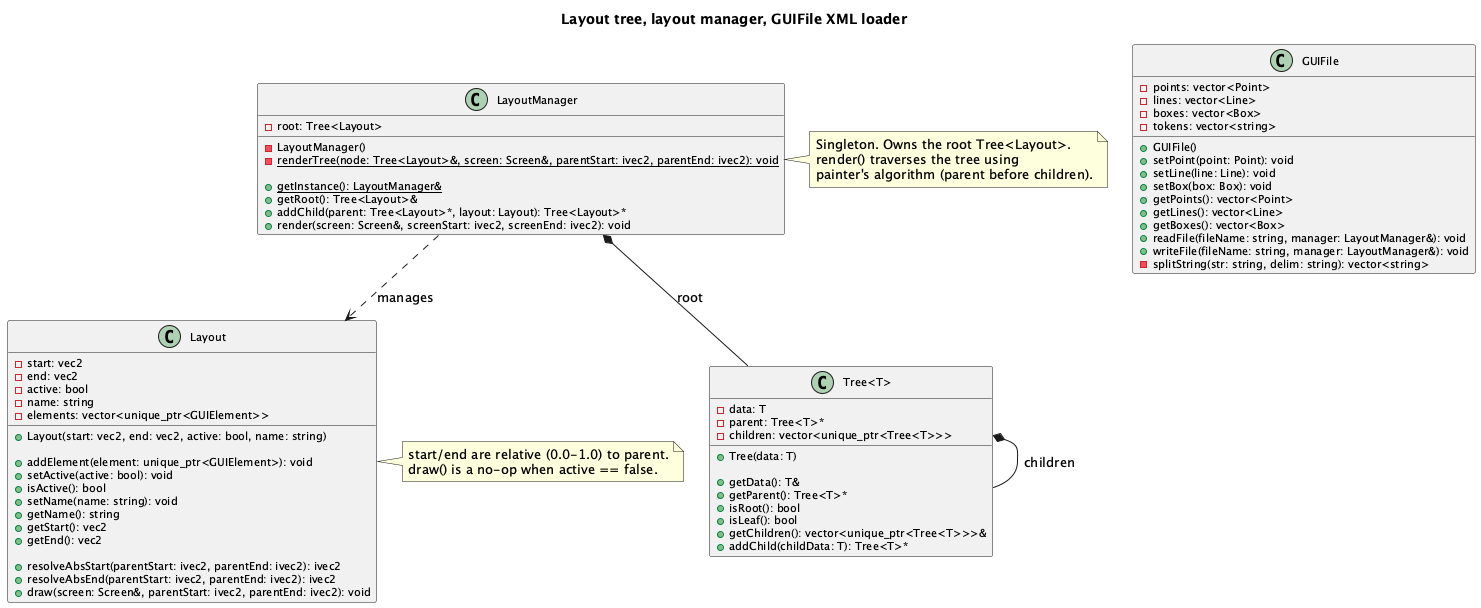
Above: assets/layout.png in sviatil0/coremetrics (PlantUML), before the change.
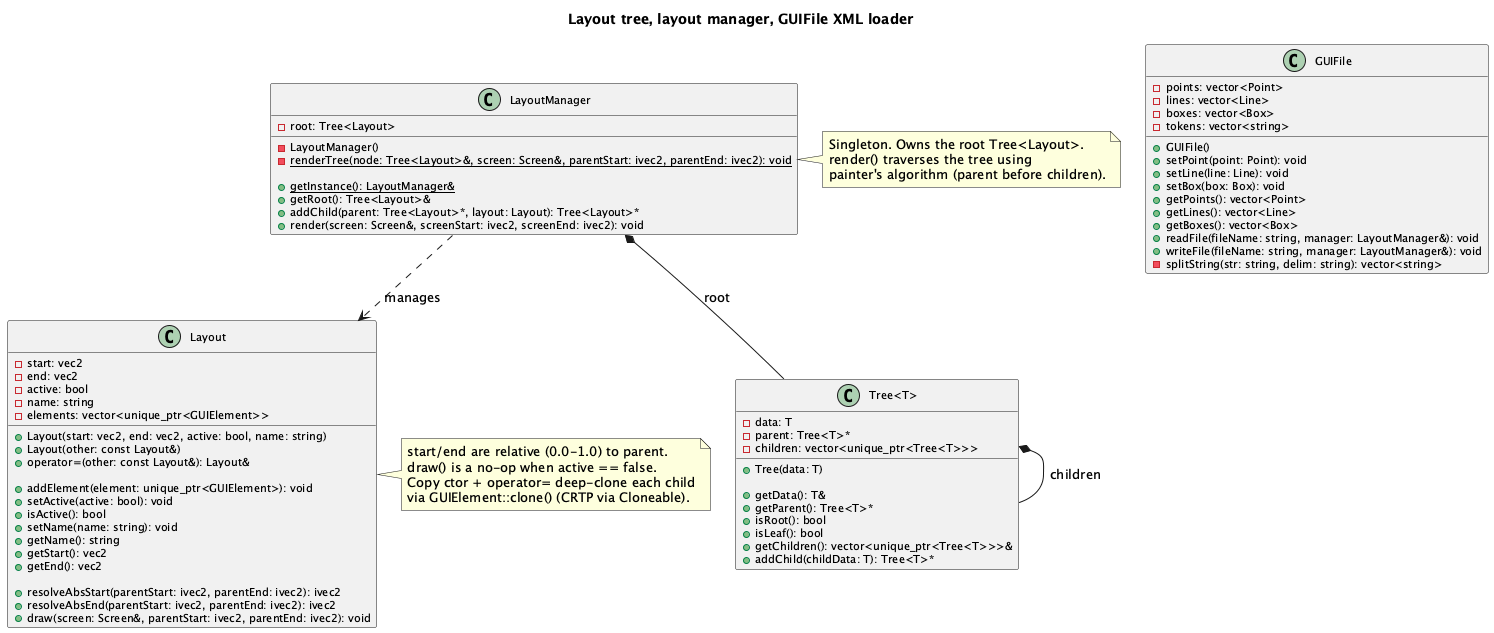
Later version of the same file.

Commit message:
Use Cloneable CRTP from Layout copy ctor / operator=

The edit, as a diff of the source:
```diff
@@ -30,6 +30,8 @@
     -elements: vector<unique_ptr<GUIElement>>
 
     +Layout(start: vec2, end: vec2, active: bool, name: string)
+    +Layout(other: const Layout&)
+    +operator=(other: const Layout&): Layout&
 
     +addElement(element: unique_ptr<GUIElement>): void
     +setActive(active: bool): void
@@ -47,6 +49,8 @@
 note right of Layout
   start/end are relative (0.0-1.0) to parent.
   draw() is a no-op when active == false.
+  Copy ctor + operator= deep-clone each child
+  via GUIElement::clone() (CRTP via Cloneable).
 end note
 
 class LayoutManager {
```
